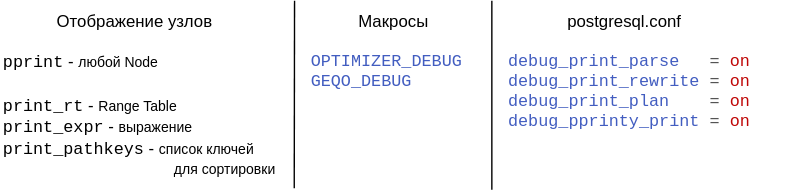
Above: PGBootcamp2024/debugging-postgres-planner/img/pgsql-planner-tools.svg in ashenBlade/tantor-pg-meetups (draw.io), before the change. Source tidied: cells renumbered, new cells last; positions are measured from the earlier drawing's top-left corner, leaving out a move shared by most shapes. Source of this version:
```xml
<mxGraphModel>
  <root>
    <mxCell id="0" />
    <mxCell id="1" parent="0" />
    <mxCell id="2" value="&lt;div&gt;&lt;font color=&quot;#425dc0&quot;&gt;OPTIMIZER_DEBUG&lt;/font&gt;&lt;/div&gt;&lt;div&gt;&lt;font color=&quot;#425dc0&quot;&gt;GEQO_DEBUG&lt;/font&gt;&lt;/div&gt;" style="text;html=1;align=left;verticalAlign=top;whiteSpace=wrap;rounded=0;fontFamily=Courier New;" parent="1" vertex="1">
      <mxGeometry x="220" y="30" width="131" height="100" as="geometry" />
    </mxCell>
    <mxCell id="3" value="Макросы" style="text;html=1;align=center;verticalAlign=middle;whiteSpace=wrap;rounded=0;" parent="1" vertex="1">
      <mxGeometry x="235.5" width="90" height="30" as="geometry" />
    </mxCell>
    <mxCell id="4" style="endArrow=none;html=1;rounded=0;exitX=0.999;exitY=0.915;exitDx=0;exitDy=0;exitPerimeter=0;" parent="1" edge="1">
      <mxGeometry relative="1" as="geometry">
        <mxPoint x="209.8" y="134" as="sourcePoint" />
        <mxPoint x="210" as="targetPoint" />
      </mxGeometry>
    </mxCell>
    <mxCell id="5" value="pprint&lt;span style=&quot;background-color: initial; font-family: Helvetica;&quot;&gt;&amp;nbsp;&lt;/span&gt;&lt;span style=&quot;background-color: initial; font-family: Helvetica;&quot;&gt;-&lt;/span&gt;&lt;span style=&quot;background-color: initial; font-family: Helvetica;&quot;&gt;&amp;nbsp;&lt;/span&gt;&lt;font style=&quot;font-size: 10px;&quot; face=&quot;Helvetica&quot;&gt;любой Node&lt;/font&gt;&lt;div&gt;&lt;font face=&quot;Helvetica&quot;&gt;&lt;br&gt;&lt;/font&gt;&lt;div&gt;print_rt&lt;font face=&quot;Helvetica&quot;&gt;&amp;nbsp;- &lt;font style=&quot;font-size: 10px;&quot;&gt;Range Table&lt;/font&gt;&lt;/font&gt;&lt;/div&gt;&lt;div&gt;print_expr&lt;span style=&quot;font-family: Helvetica; background-color: initial;&quot;&gt;&amp;nbsp;&lt;/span&gt;&lt;span style=&quot;background-color: initial; font-family: Helvetica;&quot;&gt;-&lt;/span&gt;&lt;span style=&quot;background-color: initial; font-family: Helvetica;&quot;&gt;&amp;nbsp;&lt;/span&gt;&lt;span style=&quot;background-color: initial; font-family: Helvetica;&quot;&gt;&lt;font style=&quot;font-size: 10px;&quot;&gt;выражение&lt;/font&gt;&lt;/span&gt;&lt;/div&gt;&lt;div&gt;print_pathkeys&lt;span style=&quot;background-color: initial; font-family: Helvetica;&quot;&gt;&amp;nbsp;&lt;/span&gt;&lt;span style=&quot;background-color: initial; font-family: Helvetica;&quot;&gt;-&lt;/span&gt;&lt;span style=&quot;background-color: initial; font-family: Helvetica;&quot;&gt;&amp;nbsp;&lt;/span&gt;&lt;span style=&quot;font-family: Helvetica; font-size: 10px; background-color: initial;&quot;&gt;список&amp;nbsp;&lt;/span&gt;&lt;span style=&quot;font-size: 10px; background-color: initial; font-family: Helvetica;&quot;&gt;ключей &lt;span style=&quot;white-space: pre;&quot;&gt;&#9;&lt;/span&gt;&lt;span style=&quot;white-space: pre;&quot;&gt;&#9;&lt;/span&gt;&lt;span style=&quot;white-space: pre;&quot;&gt;&#9;&lt;/span&gt;&lt;span style=&quot;white-space: pre;&quot;&gt;&#9;&lt;/span&gt;&lt;span style=&quot;white-space: pre;&quot;&gt;&#9;&lt;/span&gt;&amp;nbsp; &amp;nbsp; для сортировки&lt;/span&gt;&lt;/div&gt;&lt;/div&gt;" style="text;html=1;align=left;verticalAlign=top;whiteSpace=wrap;rounded=0;fontFamily=Courier New;" parent="1" vertex="1">
      <mxGeometry y="30" width="201" height="100" as="geometry" />
    </mxCell>
    <mxCell id="6" value="Отображение узлов" style="text;html=1;align=center;verticalAlign=middle;whiteSpace=wrap;rounded=0;" parent="1" vertex="1">
      <mxGeometry x="31" width="130" height="30" as="geometry" />
    </mxCell>
    <mxCell id="7" style="endArrow=none;html=1;rounded=0;" parent="1" edge="1">
      <mxGeometry relative="1" as="geometry">
        <mxPoint x="351" y="135" as="sourcePoint" />
        <mxPoint x="351" as="targetPoint" />
      </mxGeometry>
    </mxCell>
    <mxCell id="8" value="&lt;div&gt;&lt;span style=&quot;background-color: initial;&quot;&gt;&lt;font color=&quot;#425dc0&quot;&gt;debug_print_parse&lt;/font&gt;&lt;/span&gt;&lt;span style=&quot;background-color: initial; color: rgb(84, 84, 84);&quot;&gt;&amp;nbsp; &amp;nbsp;= &lt;/span&gt;&lt;span style=&quot;background-color: initial;&quot;&gt;&lt;font color=&quot;#bf0707&quot;&gt;on&lt;/font&gt;&lt;/span&gt;&lt;br&gt;&lt;/div&gt;&lt;div&gt;&lt;font color=&quot;#425dc0&quot;&gt;debug_print_rewrite&lt;/font&gt;&lt;span style=&quot;color: rgb(84, 84, 84);&quot;&gt; = &lt;/span&gt;&lt;font color=&quot;#bf0707&quot;&gt;on&lt;/font&gt;&lt;font color=&quot;#545454&quot;&gt;&lt;br&gt;&lt;/font&gt;&lt;/div&gt;&lt;div&gt;&lt;font color=&quot;#425dc0&quot;&gt;debug_print_plan&lt;/font&gt;&lt;span style=&quot;color: rgb(84, 84, 84);&quot;&gt;&amp;nbsp; &amp;nbsp; = &lt;/span&gt;&lt;font color=&quot;#bf0707&quot;&gt;on&lt;br&gt;&lt;/font&gt;&lt;font color=&quot;#425dc0&quot;&gt;debug_pprinty_print&amp;nbsp;&lt;/font&gt;&lt;span style=&quot;color: rgb(84, 84, 84);&quot;&gt;=&amp;nbsp;&lt;/span&gt;&lt;font color=&quot;#bf0707&quot;&gt;on&lt;/font&gt;&lt;font color=&quot;#545454&quot;&gt;&lt;br&gt;&lt;/font&gt;&lt;/div&gt;" style="text;html=1;align=left;verticalAlign=top;whiteSpace=wrap;rounded=0;fontFamily=Courier New;" parent="1" vertex="1">
      <mxGeometry x="361" y="30" width="200" height="90" as="geometry" />
    </mxCell>
    <mxCell id="9" value="postgresql.conf" style="text;html=1;align=center;verticalAlign=middle;whiteSpace=wrap;rounded=0;" parent="1" vertex="1">
      <mxGeometry x="401" width="90" height="30" as="geometry" />
    </mxCell>
  </root>
</mxGraphModel>
```
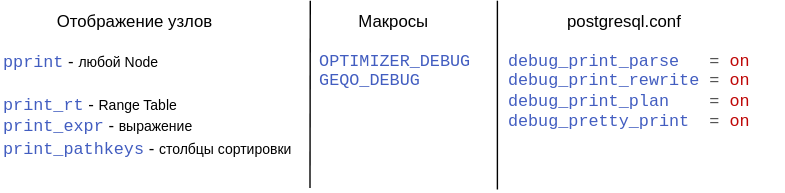
After the change.

The edit, as a diff of the source:
```diff
@@ -3,30 +3,30 @@
     <mxCell id="0" />
     <mxCell id="1" parent="0" />
     <mxCell id="2" value="&lt;div&gt;&lt;font color=&quot;#425dc0&quot;&gt;OPTIMIZER_DEBUG&lt;/font&gt;&lt;/div&gt;&lt;div&gt;&lt;font color=&quot;#425dc0&quot;&gt;GEQO_DEBUG&lt;/font&gt;&lt;/div&gt;" style="text;html=1;align=left;verticalAlign=top;whiteSpace=wrap;rounded=0;fontFamily=Courier New;" parent="1" vertex="1">
-      <mxGeometry x="220" y="30" width="131" height="100" as="geometry" />
+      <mxGeometry x="226" y="30" width="131" height="100" as="geometry" />
     </mxCell>
     <mxCell id="3" value="Макросы" style="text;html=1;align=center;verticalAlign=middle;whiteSpace=wrap;rounded=0;" parent="1" vertex="1">
       <mxGeometry x="235.5" width="90" height="30" as="geometry" />
     </mxCell>
     <mxCell id="4" style="endArrow=none;html=1;rounded=0;exitX=0.999;exitY=0.915;exitDx=0;exitDy=0;exitPerimeter=0;" parent="1" edge="1">
       <mxGeometry relative="1" as="geometry">
-        <mxPoint x="209.8" y="134" as="sourcePoint" />
-        <mxPoint x="210" as="targetPoint" />
+        <mxPoint x="221" y="134" as="sourcePoint" />
+        <mxPoint x="221.2" as="targetPoint" />
       </mxGeometry>
     </mxCell>
-    <mxCell id="5" value="pprint&lt;span style=&quot;background-color: initial; font-family: Helvetica;&quot;&gt;&amp;nbsp;&lt;/span&gt;&lt;span style=&quot;background-color: initial; font-family: Helvetica;&quot;&gt;-&lt;/span&gt;&lt;span style=&quot;background-color: initial; font-family: Helvetica;&quot;&gt;&amp;nbsp;&lt;/span&gt;&lt;font style=&quot;font-size: 10px;&quot; face=&quot;Helvetica&quot;&gt;любой Node&lt;/font&gt;&lt;div&gt;&lt;font face=&quot;Helvetica&quot;&gt;&lt;br&gt;&lt;/font&gt;&lt;div&gt;print_rt&lt;font face=&quot;Helvetica&quot;&gt;&amp;nbsp;- &lt;font style=&quot;font-size: 10px;&quot;&gt;Range Table&lt;/font&gt;&lt;/font&gt;&lt;/div&gt;&lt;div&gt;print_expr&lt;span style=&quot;font-family: Helvetica; background-color: initial;&quot;&gt;&amp;nbsp;&lt;/span&gt;&lt;span style=&quot;background-color: initial; font-family: Helvetica;&quot;&gt;-&lt;/span&gt;&lt;span style=&quot;background-color: initial; font-family: Helvetica;&quot;&gt;&amp;nbsp;&lt;/span&gt;&lt;span style=&quot;background-color: initial; font-family: Helvetica;&quot;&gt;&lt;font style=&quot;font-size: 10px;&quot;&gt;выражение&lt;/font&gt;&lt;/span&gt;&lt;/div&gt;&lt;div&gt;print_pathkeys&lt;span style=&quot;background-color: initial; font-family: Helvetica;&quot;&gt;&amp;nbsp;&lt;/span&gt;&lt;span style=&quot;background-color: initial; font-family: Helvetica;&quot;&gt;-&lt;/span&gt;&lt;span style=&quot;background-color: initial; font-family: Helvetica;&quot;&gt;&amp;nbsp;&lt;/span&gt;&lt;span style=&quot;font-family: Helvetica; font-size: 10px; background-color: initial;&quot;&gt;список&amp;nbsp;&lt;/span&gt;&lt;span style=&quot;font-size: 10px; background-color: initial; font-family: Helvetica;&quot;&gt;ключей &lt;span style=&quot;white-space: pre;&quot;&gt;&#9;&lt;/span&gt;&lt;span style=&quot;white-space: pre;&quot;&gt;&#9;&lt;/span&gt;&lt;span style=&quot;white-space: pre;&quot;&gt;&#9;&lt;/span&gt;&lt;span style=&quot;white-space: pre;&quot;&gt;&#9;&lt;/span&gt;&lt;span style=&quot;white-space: pre;&quot;&gt;&#9;&lt;/span&gt;&amp;nbsp; &amp;nbsp; для сортировки&lt;/span&gt;&lt;/div&gt;&lt;/div&gt;" style="text;html=1;align=left;verticalAlign=top;whiteSpace=wrap;rounded=0;fontFamily=Courier New;" parent="1" vertex="1">
-      <mxGeometry y="30" width="201" height="100" as="geometry" />
+    <mxCell id="5" value="&lt;font color=&quot;#425dc0&quot;&gt;pprint&lt;/font&gt;&lt;span style=&quot;background-color: initial; font-family: Helvetica;&quot;&gt;&amp;nbsp;&lt;/span&gt;&lt;span style=&quot;background-color: initial; font-family: Helvetica;&quot;&gt;-&lt;/span&gt;&lt;span style=&quot;background-color: initial; font-family: Helvetica;&quot;&gt;&amp;nbsp;&lt;/span&gt;&lt;font style=&quot;font-size: 10px;&quot; face=&quot;Helvetica&quot;&gt;любой Node&lt;/font&gt;&lt;div&gt;&lt;font face=&quot;Helvetica&quot;&gt;&lt;br&gt;&lt;/font&gt;&lt;div&gt;&lt;font color=&quot;#425dc0&quot;&gt;print_rt&lt;/font&gt;&lt;font face=&quot;Helvetica&quot;&gt;&amp;nbsp;- &lt;font style=&quot;font-size: 10px;&quot;&gt;Range Table&lt;/font&gt;&lt;/font&gt;&lt;/div&gt;&lt;div&gt;&lt;font color=&quot;#425dc0&quot;&gt;print_expr&lt;/font&gt;&lt;span style=&quot;font-family: Helvetica; background-color: initial;&quot;&gt;&amp;nbsp;&lt;/span&gt;&lt;span style=&quot;background-color: initial; font-family: Helvetica;&quot;&gt;-&lt;/span&gt;&lt;span style=&quot;background-color: initial; font-family: Helvetica;&quot;&gt;&amp;nbsp;&lt;/span&gt;&lt;span style=&quot;background-color: initial; font-family: Helvetica;&quot;&gt;&lt;font style=&quot;font-size: 10px;&quot;&gt;выражение&lt;/font&gt;&lt;/span&gt;&lt;/div&gt;&lt;div&gt;&lt;font color=&quot;#425dc0&quot;&gt;print_pathkeys&lt;/font&gt;&lt;span style=&quot;background-color: initial; font-family: Helvetica;&quot;&gt;&amp;nbsp;-&amp;nbsp;&lt;/span&gt;&lt;span style=&quot;font-family: Helvetica; font-size: 10px; background-color: initial;&quot;&gt;столбцы&amp;nbsp;&lt;/span&gt;&lt;span style=&quot;background-color: initial; font-family: Helvetica; font-size: 10px;&quot;&gt;сортировки&lt;/span&gt;&lt;/div&gt;&lt;/div&gt;" style="text;html=1;align=left;verticalAlign=top;whiteSpace=wrap;rounded=0;fontFamily=Courier New;" parent="1" vertex="1">
+      <mxGeometry y="30" width="231" height="100" as="geometry" />
     </mxCell>
     <mxCell id="6" value="Отображение узлов" style="text;html=1;align=center;verticalAlign=middle;whiteSpace=wrap;rounded=0;" parent="1" vertex="1">
       <mxGeometry x="31" width="130" height="30" as="geometry" />
     </mxCell>
     <mxCell id="7" style="endArrow=none;html=1;rounded=0;" parent="1" edge="1">
       <mxGeometry relative="1" as="geometry">
-        <mxPoint x="351" y="135" as="sourcePoint" />
-        <mxPoint x="351" as="targetPoint" />
+        <mxPoint x="355" y="135" as="sourcePoint" />
+        <mxPoint x="355" as="targetPoint" />
       </mxGeometry>
     </mxCell>
-    <mxCell id="8" value="&lt;div&gt;&lt;span style=&quot;background-color: initial;&quot;&gt;&lt;font color=&quot;#425dc0&quot;&gt;debug_print_parse&lt;/font&gt;&lt;/span&gt;&lt;span style=&quot;background-color: initial; color: rgb(84, 84, 84);&quot;&gt;&amp;nbsp; &amp;nbsp;= &lt;/span&gt;&lt;span style=&quot;background-color: initial;&quot;&gt;&lt;font color=&quot;#bf0707&quot;&gt;on&lt;/font&gt;&lt;/span&gt;&lt;br&gt;&lt;/div&gt;&lt;div&gt;&lt;font color=&quot;#425dc0&quot;&gt;debug_print_rewrite&lt;/font&gt;&lt;span style=&quot;color: rgb(84, 84, 84);&quot;&gt; = &lt;/span&gt;&lt;font color=&quot;#bf0707&quot;&gt;on&lt;/font&gt;&lt;font color=&quot;#545454&quot;&gt;&lt;br&gt;&lt;/font&gt;&lt;/div&gt;&lt;div&gt;&lt;font color=&quot;#425dc0&quot;&gt;debug_print_plan&lt;/font&gt;&lt;span style=&quot;color: rgb(84, 84, 84);&quot;&gt;&amp;nbsp; &amp;nbsp; = &lt;/span&gt;&lt;font color=&quot;#bf0707&quot;&gt;on&lt;br&gt;&lt;/font&gt;&lt;font color=&quot;#425dc0&quot;&gt;debug_pprinty_print&amp;nbsp;&lt;/font&gt;&lt;span style=&quot;color: rgb(84, 84, 84);&quot;&gt;=&amp;nbsp;&lt;/span&gt;&lt;font color=&quot;#bf0707&quot;&gt;on&lt;/font&gt;&lt;font color=&quot;#545454&quot;&gt;&lt;br&gt;&lt;/font&gt;&lt;/div&gt;" style="text;html=1;align=left;verticalAlign=top;whiteSpace=wrap;rounded=0;fontFamily=Courier New;" parent="1" vertex="1">
+    <mxCell id="8" value="&lt;div&gt;&lt;span style=&quot;background-color: initial;&quot;&gt;&lt;font color=&quot;#425dc0&quot;&gt;debug_print_parse&lt;/font&gt;&lt;/span&gt;&lt;span style=&quot;background-color: initial; color: rgb(84, 84, 84);&quot;&gt;&amp;nbsp; &amp;nbsp;= &lt;/span&gt;&lt;span style=&quot;background-color: initial;&quot;&gt;&lt;font color=&quot;#bf0707&quot;&gt;on&lt;/font&gt;&lt;/span&gt;&lt;br&gt;&lt;/div&gt;&lt;div&gt;&lt;font color=&quot;#425dc0&quot;&gt;debug_print_rewrite&lt;/font&gt;&lt;span style=&quot;color: rgb(84, 84, 84);&quot;&gt; = &lt;/span&gt;&lt;font color=&quot;#bf0707&quot;&gt;on&lt;/font&gt;&lt;font color=&quot;#545454&quot;&gt;&lt;br&gt;&lt;/font&gt;&lt;/div&gt;&lt;div&gt;&lt;font color=&quot;#425dc0&quot;&gt;debug_print_plan&lt;/font&gt;&lt;span style=&quot;color: rgb(84, 84, 84);&quot;&gt;&amp;nbsp; &amp;nbsp; = &lt;/span&gt;&lt;font color=&quot;#bf0707&quot;&gt;on&lt;br&gt;&lt;/font&gt;&lt;font color=&quot;#425dc0&quot;&gt;debug_pretty_print&amp;nbsp;&amp;nbsp;&lt;/font&gt;&lt;span style=&quot;color: rgb(84, 84, 84);&quot;&gt;=&amp;nbsp;&lt;/span&gt;&lt;font color=&quot;#bf0707&quot;&gt;on&lt;/font&gt;&lt;font color=&quot;#545454&quot;&gt;&lt;br&gt;&lt;/font&gt;&lt;/div&gt;" style="text;html=1;align=left;verticalAlign=top;whiteSpace=wrap;rounded=0;fontFamily=Courier New;" parent="1" vertex="1">
       <mxGeometry x="361" y="30" width="200" height="90" as="geometry" />
     </mxCell>
     <mxCell id="9" value="postgresql.conf" style="text;html=1;align=center;verticalAlign=middle;whiteSpace=wrap;rounded=0;" parent="1" vertex="1">
```
